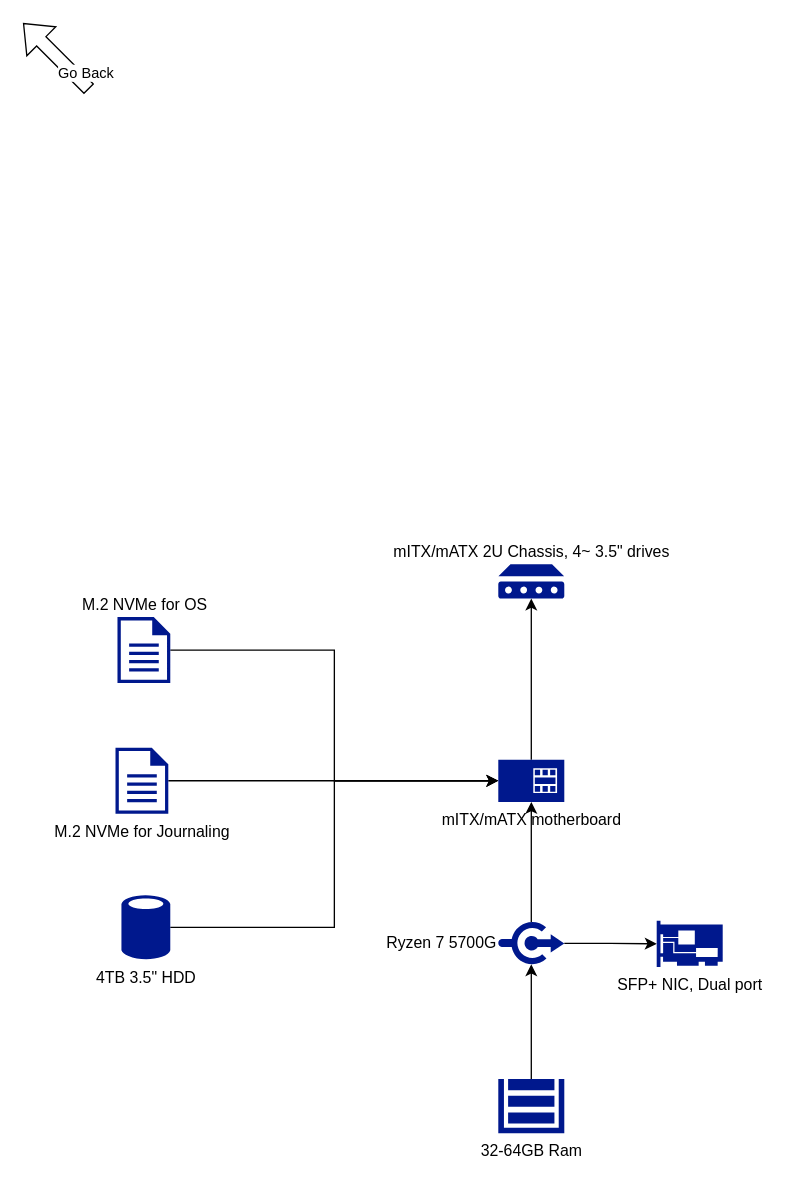
Before: page "Ceph-1" (4 of 7) of Homelab Diagram.drawio in JPLamb193/Homelab, a draw.io diagram. Source tidied: cells renumbered, new cells numbered last; positions are measured from the earlier drawing's top-left corner, leaving out a move shared by most shapes. Both pictures are drawn from the tidied source at 132%, with x=0, y=0 at pixel (22, 22).
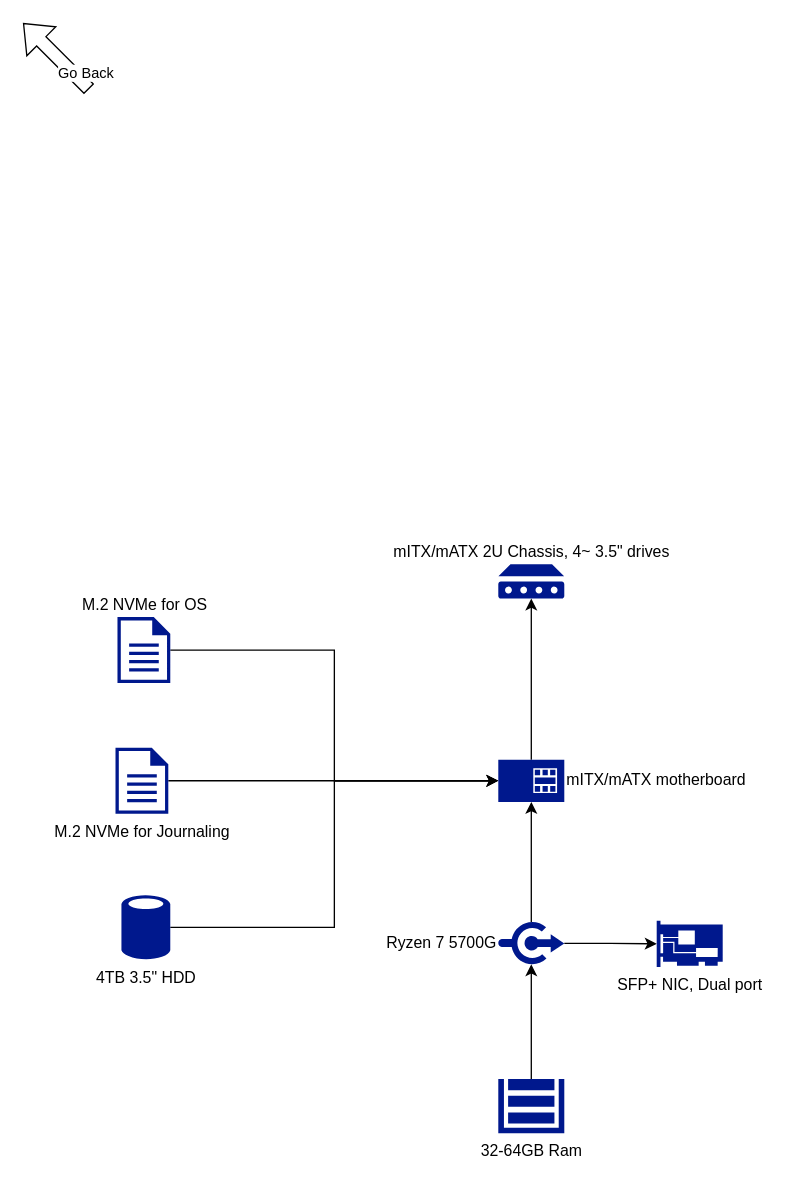
Above is the later version.

The edit, as a diff of the source:
```diff
@@
 <mxGraphModel>
   <root>
     <mxCell id="0" />
     <mxCell id="1" parent="0" />
     <mxCell id="2" value="SFP+ NIC, Dual port" style="sketch=0;shadow=0;dashed=0;html=1;strokeColor=none;labelPosition=center;verticalLabelPosition=bottom;verticalAlign=top;align=center;fillColor=#00188D;shape=mxgraph.mscae.enterprise.network_card;" parent="1" vertex="1">
       <mxGeometry x="480" y="680" width="50" height="35" as="geometry" />
     </mxCell>
     <mxCell id="3" value="mITX/mATX 2U Chassis, 4~ 3.5&quot; drives" style="sketch=0;shadow=0;dashed=0;html=1;strokeColor=none;labelPosition=center;verticalLabelPosition=top;verticalAlign=bottom;align=center;fillColor=#00188D;shape=mxgraph.mscae.enterprise.device;" parent="1" vertex="1">
       <mxGeometry x="360" y="410" width="50" height="26" as="geometry" />
     </mxCell>
     <mxCell id="4" style="edgeStyle=orthogonalEdgeStyle;rounded=0;jettySize=auto;html=1;exitX=1;exitY=0.505;exitDx=0;exitDy=0;exitPerimeter=0;" parent="1" edge="1" source="6" target="2">
       <mxGeometry relative="1" as="geometry" />
     </mxCell>
     <mxCell id="5" style="edgeStyle=orthogonalEdgeStyle;rounded=0;jettySize=auto;html=1;exitX=0.5;exitY=0.03;exitDx=0;exitDy=0;exitPerimeter=0;entryX=0.5;entryY=1;entryDx=0;entryDy=0;entryPerimeter=0;" parent="1" edge="1" source="6" target="16">
       <mxGeometry relative="1" as="geometry" />
     </mxCell>
     <mxCell id="6" value="Ryzen 7 5700G" style="sketch=0;shadow=0;dashed=0;html=1;strokeColor=none;labelPosition=left;verticalLabelPosition=middle;verticalAlign=middle;align=right;fillColor=#00188D;shape=mxgraph.mscae.enterprise.connectors;" parent="1" vertex="1">
       <mxGeometry x="360" y="680" width="50" height="34" as="geometry" />
     </mxCell>
     <mxCell id="7" style="edgeStyle=orthogonalEdgeStyle;rounded=0;jettySize=auto;html=1;exitX=1;exitY=0.5;exitDx=0;exitDy=0;exitPerimeter=0;entryX=0;entryY=0.5;entryDx=0;entryDy=0;entryPerimeter=0;" parent="1" edge="1" source="8" target="16">
       <mxGeometry relative="1" as="geometry" />
     </mxCell>
     <mxCell id="8" value="4TB 3.5&quot; HDD" style="sketch=0;shadow=0;dashed=0;html=1;strokeColor=none;labelPosition=center;verticalLabelPosition=bottom;verticalAlign=top;align=center;fillColor=#00188D;shape=mxgraph.mscae.enterprise.database_generic;" parent="1" vertex="1">
       <mxGeometry x="74.5" y="660" width="37" height="50" as="geometry" />
     </mxCell>
     <mxCell id="9" style="edgeStyle=orthogonalEdgeStyle;rounded=0;jettySize=auto;html=1;exitX=1;exitY=0.5;exitDx=0;exitDy=0;exitPerimeter=0;entryX=0;entryY=0.5;entryDx=0;entryDy=0;entryPerimeter=0;" parent="1" edge="1" source="10" target="16">
       <mxGeometry relative="1" as="geometry" />
     </mxCell>
     <mxCell id="10" value="M.2 NVMe for OS" style="sketch=0;shadow=0;dashed=0;html=1;strokeColor=none;labelPosition=center;verticalLabelPosition=top;verticalAlign=bottom;align=center;fillColor=#00188D;shape=mxgraph.mscae.enterprise.document;" parent="1" vertex="1">
       <mxGeometry x="71.5" y="450" width="40" height="50" as="geometry" />
     </mxCell>
     <mxCell id="11" style="edgeStyle=orthogonalEdgeStyle;rounded=0;jettySize=auto;html=1;exitX=1;exitY=0.5;exitDx=0;exitDy=0;exitPerimeter=0;entryX=0;entryY=0.5;entryDx=0;entryDy=0;entryPerimeter=0;" parent="1" edge="1" source="12" target="16">
       <mxGeometry relative="1" as="geometry" />
     </mxCell>
     <mxCell id="12" value="M.2 NVMe for Journaling" style="sketch=0;shadow=0;dashed=0;html=1;strokeColor=none;labelPosition=center;verticalLabelPosition=bottom;verticalAlign=top;align=center;fillColor=#00188D;shape=mxgraph.mscae.enterprise.document;" parent="1" vertex="1">
       <mxGeometry x="70" y="549" width="40" height="50" as="geometry" />
     </mxCell>
     <mxCell id="13" style="edgeStyle=orthogonalEdgeStyle;rounded=0;jettySize=auto;html=1;exitX=0.5;exitY=0;exitDx=0;exitDy=0;exitPerimeter=0;entryX=0.5;entryY=0.97;entryDx=0;entryDy=0;entryPerimeter=0;" parent="1" edge="1" source="14" target="6">
       <mxGeometry relative="1" as="geometry" />
     </mxCell>
     <mxCell id="14" value="32-64GB Ram" style="sketch=0;shadow=0;dashed=0;html=1;strokeColor=none;labelPosition=center;verticalLabelPosition=bottom;verticalAlign=top;align=center;fillColor=#00188D;shape=mxgraph.mscae.enterprise.storage;" parent="1" vertex="1">
       <mxGeometry x="360" y="800" width="50" height="41" as="geometry" />
     </mxCell>
     <mxCell id="15" style="edgeStyle=orthogonalEdgeStyle;rounded=0;jettySize=auto;html=1;exitX=0.5;exitY=0;exitDx=0;exitDy=0;exitPerimeter=0;entryX=0.5;entryY=1;entryDx=0;entryDy=0;entryPerimeter=0;" parent="1" edge="1" source="16" target="3">
       <mxGeometry relative="1" as="geometry" />
     </mxCell>
-    <mxCell id="16" value="mITX/mATX motherboard" style="sketch=0;shadow=0;dashed=0;html=1;strokeColor=none;labelPosition=center;verticalLabelPosition=bottom;verticalAlign=top;align=center;fillColor=#00188D;shape=mxgraph.mscae.enterprise.smartcard;" parent="1" vertex="1">
+    <mxCell id="16" value="mITX/mATX motherboard" style="sketch=0;shadow=0;dashed=0;html=1;strokeColor=none;labelPosition=right;verticalLabelPosition=middle;verticalAlign=middle;align=left;fillColor=#00188D;shape=mxgraph.mscae.enterprise.smartcard;" parent="1" vertex="1">
       <mxGeometry x="360" y="558" width="50" height="32" as="geometry" />
     </mxCell>
     <mxCell id="17" value="Go Back" style="shape=flexArrow;endArrow=classic;html=1;rounded=0;labelPosition=right;verticalLabelPosition=bottom;align=left;verticalAlign=top;" parent="1" edge="1">
       <mxGeometry relative="1" as="geometry">
         <mxPoint x="50" y="50" as="sourcePoint" />
         <mxPoint as="targetPoint" />
       </mxGeometry>
     </mxCell>
   </root>
 </mxGraphModel>
```
